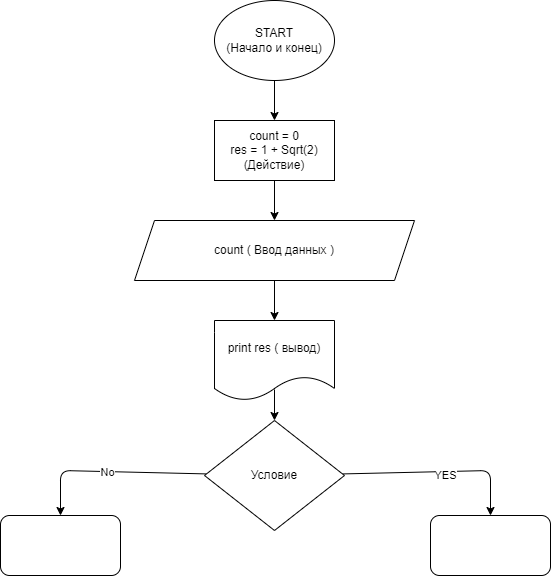
Before: ex000.drawio.png, a diagram exported from draw.io (VldadimirR/Practic). Source tidied: cells renumbered, new cells last; positions are measured from the earlier drawing's top-left corner, leaving out a move shared by most shapes.
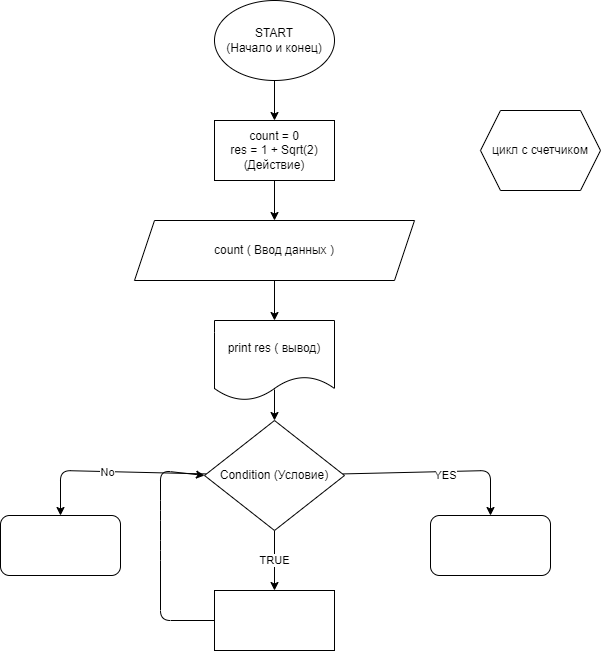
The same file after the commit.

Change to the diagram source:
```diff
@@ -48,7 +48,10 @@
     <mxCell id="13" value="No" style="edgeLabel;html=1;align=center;verticalAlign=middle;" parent="12" vertex="1">
       <mxGeometry x="0.04" relative="1" as="geometry" />
     </mxCell>
+    <mxCell id="17" value="TRUE" style="edgeStyle=none;html=1;entryX=0.5;entryY=0;entryDx=0;entryDy=0;" parent="1" edge="1" source="14" target="19">
+      <mxGeometry relative="1" as="geometry" />
+    </mxCell>
-    <mxCell id="14" value="Условие" style="rhombus;whiteSpace=wrap;html=1;" parent="1" vertex="1">
+    <mxCell id="14" value="Condition (Условие)" style="rhombus;whiteSpace=wrap;html=1;" parent="1" vertex="1">
       <mxGeometry x="204" y="420" width="140" height="110" as="geometry" />
     </mxCell>
     <mxCell id="15" style="rounded=1;whiteSpace=wrap;html=1;" parent="1" vertex="1">
@@ -57,5 +60,21 @@
     <mxCell id="16" style="rounded=1;whiteSpace=wrap;html=1;" parent="1" vertex="1">
       <mxGeometry x="430" y="515" width="120" height="60" as="geometry" />
     </mxCell>
+    <mxCell id="18" style="edgeStyle=none;html=1;entryX=0;entryY=0.5;entryDx=0;entryDy=0;" parent="1" edge="1" source="19" target="14">
+      <mxGeometry relative="1" as="geometry">
+        <Array as="points">
+          <mxPoint x="160" y="620" />
+          <mxPoint x="160" y="550" />
+          <mxPoint x="160" y="510" />
+          <mxPoint x="160" y="470" />
+        </Array>
+      </mxGeometry>
+    </mxCell>
+    <mxCell id="19" style="rounded=0;whiteSpace=wrap;html=1;" parent="1" vertex="1">
+      <mxGeometry x="214" y="590" width="120" height="60" as="geometry" />
+    </mxCell>
+    <mxCell id="20" value="цикл с счетчиком" style="shape=hexagon;perimeter=hexagonPerimeter2;whiteSpace=wrap;html=1;fixedSize=1;" parent="1" vertex="1">
+      <mxGeometry x="480" y="110" width="120" height="80" as="geometry" />
+    </mxCell>
   </root>
 </mxGraphModel>
```
